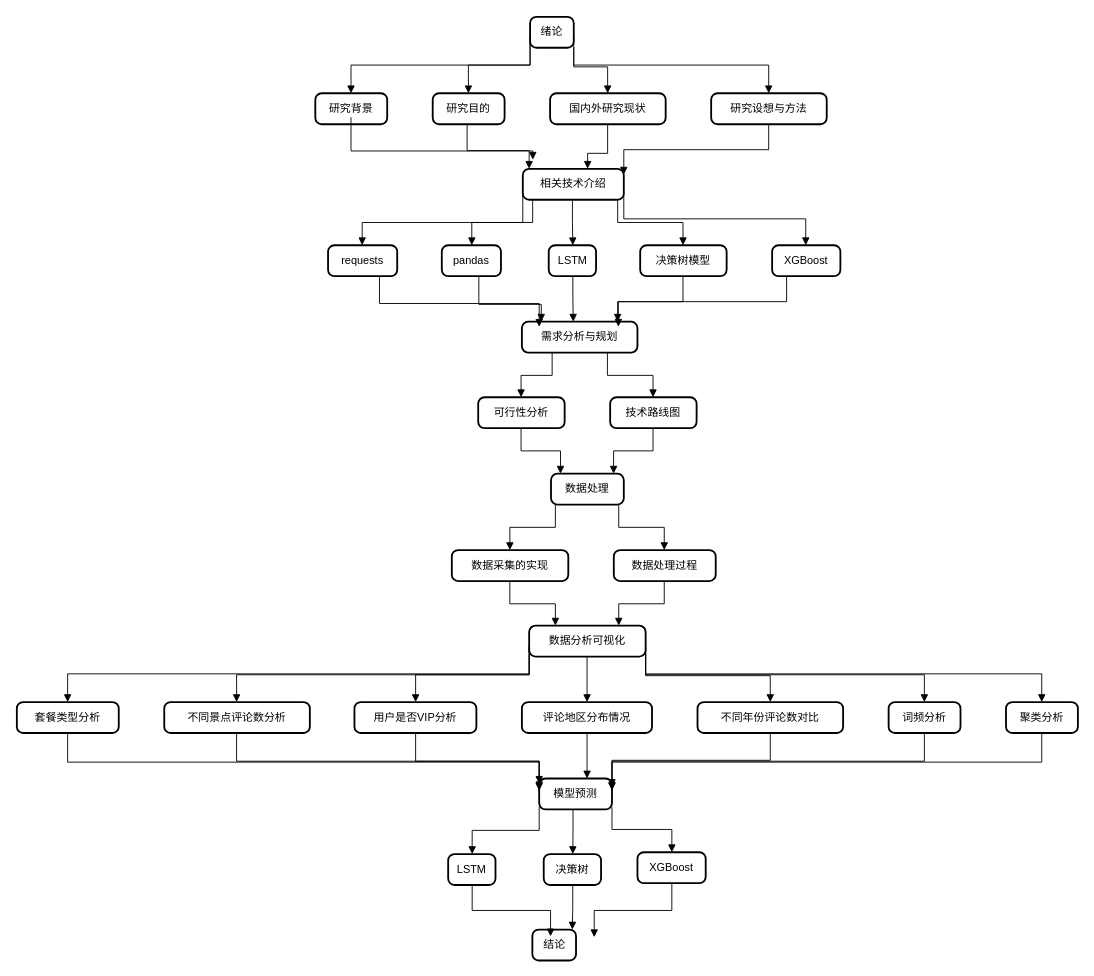
The draw.io diagram page "第 1 页" (1 of 2) of 未命名绘图.drawio in he1771129657/-python, before the edit. Source tidied: cells renumbered, new cells numbered last; positions are measured from the earlier drawing's top-left corner, leaving out a move shared by most shapes. Both pictures are drawn from the tidied source at 91%, with x=0, y=0 at pixel (16, 16).
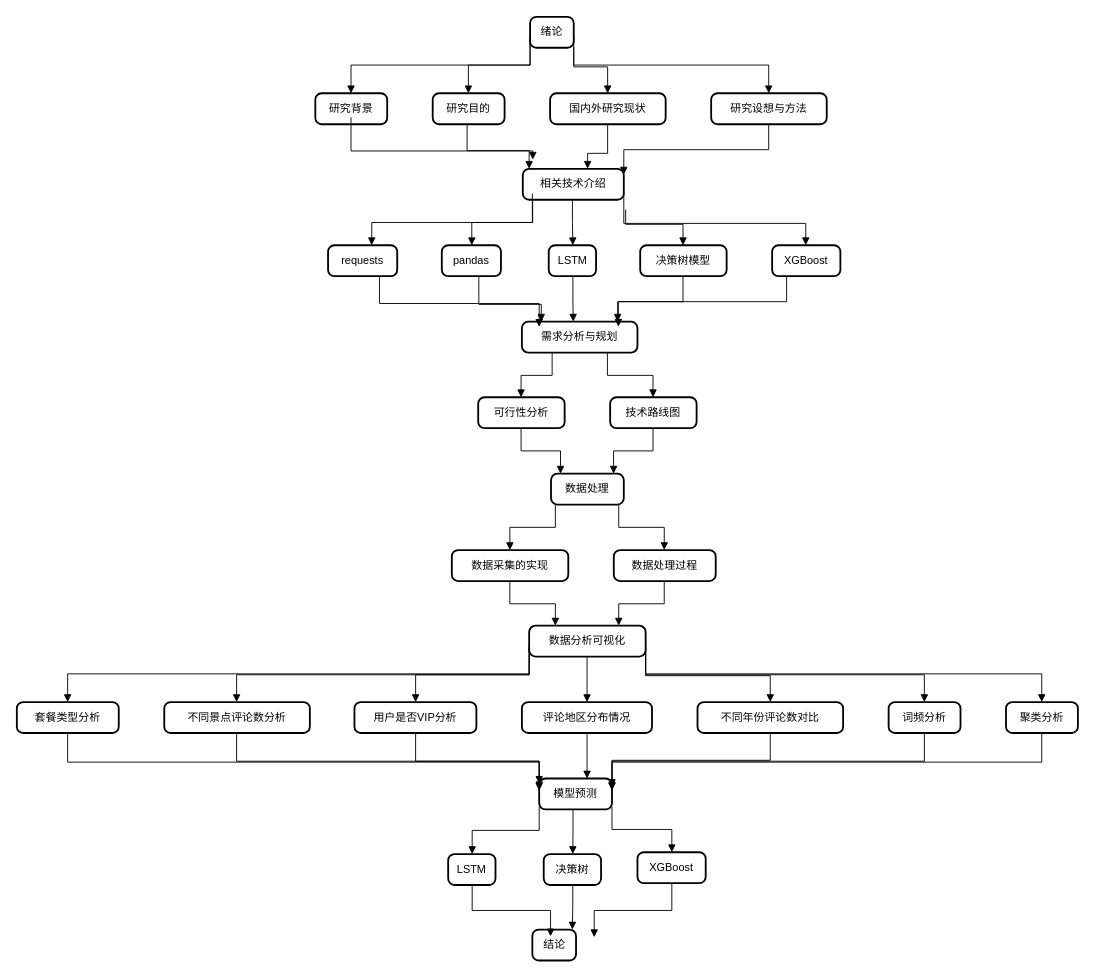
After the change.

Commit message (it also covers changes not shown here):
更新未命名绘图.drawio

The change refers to these unchanged cells:
```xml
<mxCell id="7" value="相关技术介绍" style="rounded=1;absoluteArcSize=1;arcSize=14;whiteSpace=wrap;strokeWidth=2;" parent="1" vertex="1">
  <mxGeometry x="556" y="167" width="111" height="34" as="geometry" />
</mxCell>
<mxCell id="8" value="requests" style="rounded=1;absoluteArcSize=1;arcSize=14;whiteSpace=wrap;strokeWidth=2;" parent="1" vertex="1">
  <mxGeometry x="342" y="251" width="76" height="34" as="geometry" />
</mxCell>
<mxCell id="9" value="pandas" style="rounded=1;absoluteArcSize=1;arcSize=14;whiteSpace=wrap;strokeWidth=2;" parent="1" vertex="1">
  <mxGeometry x="467" y="251" width="65" height="34" as="geometry" />
</mxCell>
<mxCell id="11" value="决策树模型" style="rounded=1;absoluteArcSize=1;arcSize=14;whiteSpace=wrap;strokeWidth=2;" parent="1" vertex="1">
  <mxGeometry x="685" y="251" width="95" height="34" as="geometry" />
</mxCell>
<mxCell id="12" value="XGBoost" style="rounded=1;absoluteArcSize=1;arcSize=14;whiteSpace=wrap;strokeWidth=2;" parent="1" vertex="1">
  <mxGeometry x="830" y="251" width="75" height="34" as="geometry" />
</mxCell>
```

Diff of the diagram source:
```diff
@@
-    <mxCell id="40" style="startArrow=none;endArrow=block;exitX=0.0036247184684684683;exitY=0.7987501087292247;entryX=0.49360960408260945;entryY=1.1219697840073529e-7;rounded=0;edgeStyle=elbowEdgeStyle;elbow=vertical;" parent="1" edge="1" source="7" target="8">
+    <mxCell id="40" style="startArrow=none;endArrow=block;exitX=0.0036247184684684683;exitY=0.7987501087292247;entryX=0.49360960408260945;entryY=1.1219697840073529e-7;rounded=0;edgeStyle=elbowEdgeStyle;elbow=vertical;" parent="1" edge="1">
       <mxGeometry relative="1" as="geometry">
+        <mxPoint x="566.5" y="194.2" as="sourcePoint" />
+        <mxPoint x="390" y="251" as="targetPoint" />
         <Array as="points">
-          <mxPoint x="469" y="226" />
+          <mxPoint x="479.5" y="226" />
         </Array>
       </mxGeometry>
     </mxCell>
     <mxCell id="41" style="startArrow=none;endArrow=block;exitX=0.09776963603925762;exitY=1.0000001121969784;entryX=0.5068710620586688;entryY=1.1219697840073529e-7;rounded=0;edgeStyle=elbowEdgeStyle;elbow=vertical;" parent="1" edge="1" source="7" target="9">
-      <mxGeometry relative="1" as="geometry" />
+      <mxGeometry relative="1" as="geometry">
+        <Array as="points">
+          <mxPoint x="551" y="226" />
+        </Array>
+      </mxGeometry>
     </mxCell>
@@
-    <mxCell id="43" style="startArrow=none;endArrow=block;exitX=0.9392031375693932;exitY=1.0000001121969784;entryX=0.4953399457429585;entryY=1.1219697840073529e-7;rounded=0;edgeStyle=elbowEdgeStyle;elbow=vertical;" parent="1" edge="1" source="7" target="11">
-      <mxGeometry relative="1" as="geometry" />
+    <mxCell id="43" style="startArrow=none;endArrow=block;entryX=0.4953399457429585;entryY=1.1219697840073529e-7;rounded=0;edgeStyle=elbowEdgeStyle;elbow=vertical;" parent="1" edge="1" target="11">
+      <mxGeometry relative="1" as="geometry">
+        <mxPoint x="669" y="212" as="sourcePoint" />
+        <Array as="points">
+          <mxPoint x="705" y="228" />
+        </Array>
+      </mxGeometry>
     </mxCell>
     <mxCell id="44" style="startArrow=none;endArrow=block;exitX=1.0036247184684686;exitY=0.772655006147306;entryX=0.49251742045084634;entryY=1.1219697840073529e-7;rounded=0;edgeStyle=elbowEdgeStyle;elbow=vertical;" parent="1" edge="1" source="7" target="12">
-      <mxGeometry relative="1" as="geometry" />
+      <mxGeometry relative="1" as="geometry">
+        <Array as="points">
+          <mxPoint x="767" y="227" />
+          <mxPoint x="692" y="226" />
+          <mxPoint x="660" y="208" />
+        </Array>
+      </mxGeometry>
     </mxCell>
```
